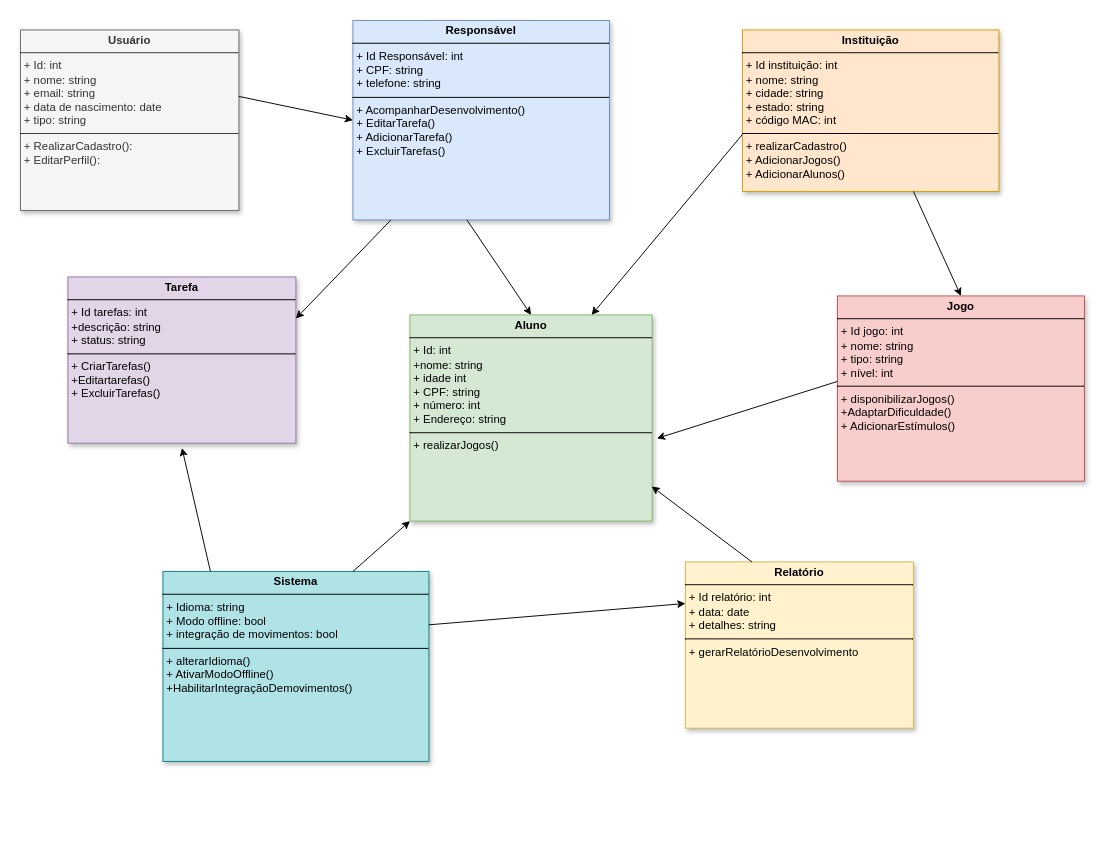
Before: page "diagrama de classes" (3 of 3) of Diagramaaula.drawio in AnaBeatriz191/diagramasderequisitos, a draw.io diagram. Source tidied: cells renumbered, new cells numbered last; positions are measured from the earlier drawing's top-left corner, leaving out a move shared by most shapes. Both pictures are drawn from the tidied source at 95%, with x=0, y=0 at pixel (20, 20).
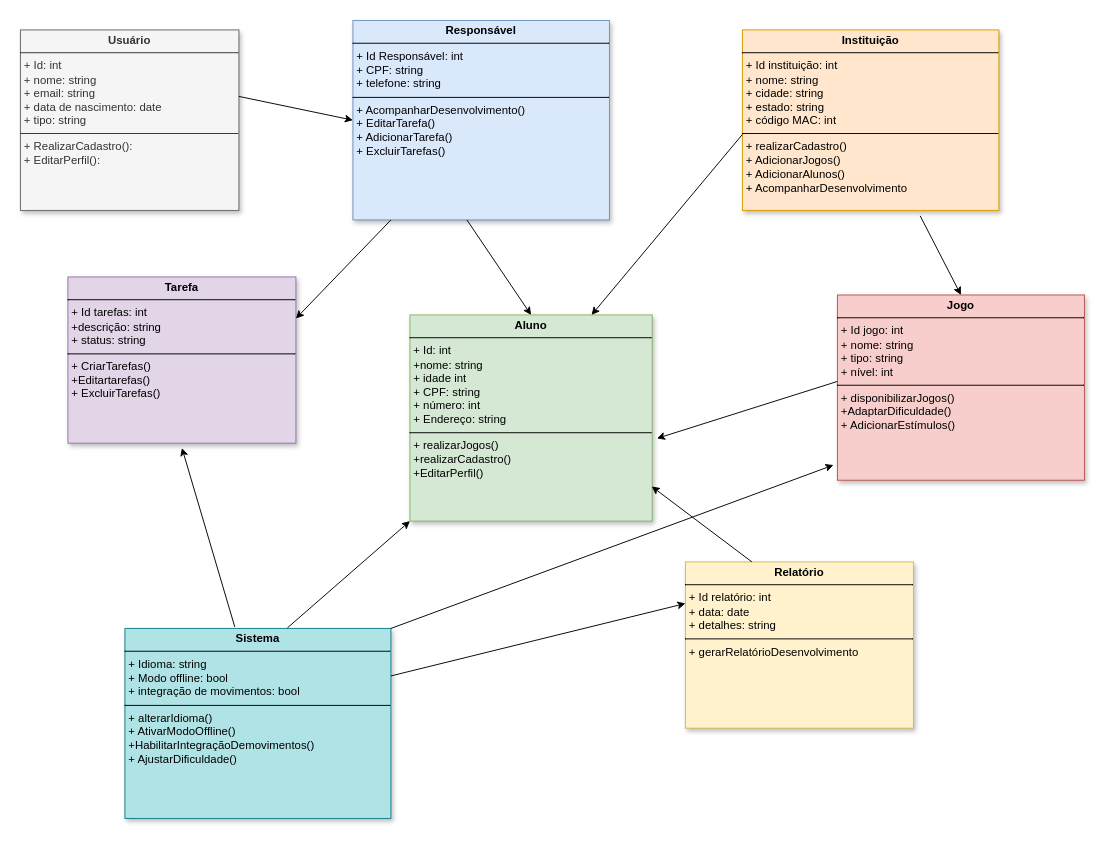
After the change.

The change refers to these unchanged cells:
```xml
<mxCell id="2" value="&lt;p style=&quot;margin:0px;margin-top:4px;text-align:center;&quot;&gt;&lt;b&gt;Relatório&lt;/b&gt;&lt;/p&gt;&lt;hr size=&quot;1&quot; style=&quot;border-style:solid;&quot;&gt;&lt;p style=&quot;margin:0px;margin-left:4px;&quot;&gt;+ Id relatório: int&lt;br&gt;+ data: date&lt;br&gt;+ detalhes: string&lt;/p&gt;&lt;hr size=&quot;1&quot; style=&quot;border-style:solid;&quot;&gt;&lt;p style=&quot;margin:0px;margin-left:4px;&quot;&gt;+ gerarRelatórioDesenvolvimento&lt;/p&gt;" style="verticalAlign=top;align=left;overflow=fill;html=1;whiteSpace=wrap;shadow=1;fillColor=#fff2cc;strokeColor=#d6b656;" parent="1" vertex="1">
  <mxGeometry x="700" y="570" width="240" height="175" as="geometry" />
</mxCell>
```

What changed in the source:
```diff
@@
     <mxCell id="3" value="&lt;p style=&quot;margin:0px;margin-top:4px;text-align:center;&quot;&gt;&lt;b&gt;Jogo&lt;/b&gt;&lt;/p&gt;&lt;hr size=&quot;1&quot; style=&quot;border-style:solid;&quot;&gt;&lt;p style=&quot;margin:0px;margin-left:4px;&quot;&gt;+ Id jogo: int&lt;br&gt;+ nome: string&lt;/p&gt;&lt;p style=&quot;margin:0px;margin-left:4px;&quot;&gt;+ tipo: string&lt;/p&gt;&lt;p style=&quot;margin:0px;margin-left:4px;&quot;&gt;+ nível: int&lt;/p&gt;&lt;hr size=&quot;1&quot; style=&quot;border-style:solid;&quot;&gt;&lt;p style=&quot;margin:0px;margin-left:4px;&quot;&gt;+ disponibilizarJogos()&lt;br&gt;+AdaptarDificuldade()&lt;br&gt;+ AdicionarEstímulos()&lt;/p&gt;" style="verticalAlign=top;align=left;overflow=fill;html=1;whiteSpace=wrap;shadow=1;fillColor=#f8cecc;strokeColor=#b85450;" parent="1" vertex="1">
-      <mxGeometry x="860" y="290" width="260" height="195" as="geometry" />
+      <mxGeometry x="860" y="289" width="260" height="195" as="geometry" />
     </mxCell>
-    <mxCell id="4" value="&lt;p style=&quot;margin:0px;margin-top:4px;text-align:center;&quot;&gt;&lt;b&gt;Instituição&lt;/b&gt;&lt;/p&gt;&lt;hr size=&quot;1&quot; style=&quot;border-style:solid;&quot;&gt;&lt;p style=&quot;margin:0px;margin-left:4px;&quot;&gt;+ Id instituição: int&lt;br&gt;+ nome: string&lt;br&gt;+ cidade: string&lt;br&gt;+ estado: string&lt;br&gt;+ código MAC: int&lt;/p&gt;&lt;hr size=&quot;1&quot; style=&quot;border-style:solid;&quot;&gt;&lt;p style=&quot;margin:0px;margin-left:4px;&quot;&gt;+ realizarCadastro()&lt;br&gt;+ AdicionarJogos()&lt;br&gt;+ AdicionarAlunos()&lt;/p&gt;" style="verticalAlign=top;align=left;overflow=fill;html=1;whiteSpace=wrap;shadow=1;fillColor=#ffe6cc;strokeColor=#d79b00;" parent="1" vertex="1">
-      <mxGeometry x="760" y="10" width="270" height="170" as="geometry" />
+    <mxCell id="4" value="&lt;p style=&quot;margin:0px;margin-top:4px;text-align:center;&quot;&gt;&lt;b&gt;Instituição&lt;/b&gt;&lt;/p&gt;&lt;hr size=&quot;1&quot; style=&quot;border-style:solid;&quot;&gt;&lt;p style=&quot;margin:0px;margin-left:4px;&quot;&gt;+ Id instituição: int&lt;br&gt;+ nome: string&lt;br&gt;+ cidade: string&lt;br&gt;+ estado: string&lt;br&gt;+ código MAC: int&lt;/p&gt;&lt;hr size=&quot;1&quot; style=&quot;border-style:solid;&quot;&gt;&lt;p style=&quot;margin:0px;margin-left:4px;&quot;&gt;+ realizarCadastro()&lt;br&gt;+ AdicionarJogos()&lt;br&gt;+ AdicionarAlunos()&lt;br&gt;+ AcompanharDesenvolvimento&lt;/p&gt;" style="verticalAlign=top;align=left;overflow=fill;html=1;whiteSpace=wrap;shadow=1;fillColor=#ffe6cc;strokeColor=#d79b00;" parent="1" vertex="1">
+      <mxGeometry x="760" y="10" width="270" height="190" as="geometry" />
     </mxCell>
@@
-    <mxCell id="8" value="&lt;p style=&quot;margin:0px;margin-top:4px;text-align:center;&quot;&gt;&lt;b&gt;Aluno&lt;/b&gt;&lt;/p&gt;&lt;hr size=&quot;1&quot; style=&quot;border-style:solid;&quot;&gt;&lt;p style=&quot;margin:0px;margin-left:4px;&quot;&gt;+ Id: int&lt;br&gt;+nome: string&lt;br&gt;+ idade int&lt;br&gt;+ CPF: string&lt;br&gt;+ número: int&lt;br&gt;+ Endereço: string&lt;/p&gt;&lt;hr size=&quot;1&quot; style=&quot;border-style:solid;&quot;&gt;&lt;p style=&quot;margin:0px;margin-left:4px;&quot;&gt;+ realizarJogos()&lt;/p&gt;" style="verticalAlign=top;align=left;overflow=fill;html=1;whiteSpace=wrap;shadow=1;fillColor=#d5e8d4;strokeColor=#82b366;" parent="1" vertex="1">
+    <mxCell id="8" value="&lt;p style=&quot;margin:0px;margin-top:4px;text-align:center;&quot;&gt;&lt;b&gt;Aluno&lt;/b&gt;&lt;/p&gt;&lt;hr size=&quot;1&quot; style=&quot;border-style:solid;&quot;&gt;&lt;p style=&quot;margin:0px;margin-left:4px;&quot;&gt;+ Id: int&lt;br&gt;+nome: string&lt;br&gt;+ idade int&lt;br&gt;+ CPF: string&lt;br&gt;+ número: int&lt;br&gt;+ Endereço: string&lt;/p&gt;&lt;hr size=&quot;1&quot; style=&quot;border-style:solid;&quot;&gt;&lt;p style=&quot;margin:0px;margin-left:4px;&quot;&gt;+ realizarJogos()&lt;br&gt;+realizarCadastro()&lt;br&gt;+EditarPerfil()&lt;/p&gt;" style="verticalAlign=top;align=left;overflow=fill;html=1;whiteSpace=wrap;shadow=1;fillColor=#d5e8d4;strokeColor=#82b366;" parent="1" vertex="1">
       <mxGeometry x="410" y="310" width="255" height="217" as="geometry" />
     </mxCell>
-    <mxCell id="9" value="&lt;p style=&quot;margin:0px;margin-top:4px;text-align:center;&quot;&gt;&lt;b&gt;Sistema&lt;/b&gt;&lt;/p&gt;&lt;hr size=&quot;1&quot; style=&quot;border-style:solid;&quot;&gt;&lt;p style=&quot;margin:0px;margin-left:4px;&quot;&gt;+ Idioma: string&lt;br&gt;+ Modo offline: bool&lt;br&gt;+ integração de movimentos: bool&lt;/p&gt;&lt;hr size=&quot;1&quot; style=&quot;border-style:solid;&quot;&gt;&lt;p style=&quot;margin:0px;margin-left:4px;&quot;&gt;+ alterarIdioma()&lt;br&gt;+ AtivarModoOffline()&lt;br&gt;+HabilitarIntegraçãoDemovimentos()&lt;/p&gt;" style="verticalAlign=top;align=left;overflow=fill;html=1;whiteSpace=wrap;shadow=1;fillColor=#b0e3e6;strokeColor=#0e8088;" parent="1" vertex="1">
-      <mxGeometry x="150" y="580" width="280" height="200" as="geometry" />
+    <mxCell id="9" value="&lt;p style=&quot;margin:0px;margin-top:4px;text-align:center;&quot;&gt;&lt;b&gt;Sistema&lt;/b&gt;&lt;/p&gt;&lt;hr size=&quot;1&quot; style=&quot;border-style:solid;&quot;&gt;&lt;p style=&quot;margin:0px;margin-left:4px;&quot;&gt;+ Idioma: string&lt;br&gt;+ Modo offline: bool&lt;br&gt;+ integração de movimentos: bool&lt;/p&gt;&lt;hr size=&quot;1&quot; style=&quot;border-style:solid;&quot;&gt;&lt;p style=&quot;margin:0px;margin-left:4px;&quot;&gt;+ alterarIdioma()&lt;br&gt;+ AtivarModoOffline()&lt;br&gt;+HabilitarIntegraçãoDemovimentos()&lt;br&gt;+ AjustarDificuldade()&lt;/p&gt;" style="verticalAlign=top;align=left;overflow=fill;html=1;whiteSpace=wrap;shadow=1;fillColor=#b0e3e6;strokeColor=#0e8088;" parent="1" vertex="1">
+      <mxGeometry x="110" y="640" width="280" height="200" as="geometry" />
     </mxCell>
@@
-    <mxCell id="13" style="endArrow=classic;html=1;rounded=0;entryX=0.5;entryY=0;entryDx=0;entryDy=0;" parent="1" edge="1" target="3">
-      <mxGeometry relative="1" as="geometry">
-        <mxPoint x="940" y="180" as="sourcePoint" />
-      </mxGeometry>
+    <mxCell id="13" style="endArrow=classic;html=1;rounded=0;entryX=0.5;entryY=0;entryDx=0;entryDy=0;exitX=0.693;exitY=1.03;exitDx=0;exitDy=0;exitPerimeter=0;" parent="1" edge="1" source="4" target="3">
+      <mxGeometry relative="1" as="geometry" />
     </mxCell>
@@
-    <mxCell id="17" style="endArrow=classic;html=1;rounded=0;entryX=0;entryY=0.25;entryDx=0;entryDy=0;" parent="1" edge="1" target="2">
-      <mxGeometry relative="1" as="geometry">
-        <mxPoint x="430" y="636.2" as="sourcePoint" />
-      </mxGeometry>
+    <mxCell id="17" style="endArrow=classic;html=1;rounded=0;entryX=0;entryY=0.25;entryDx=0;entryDy=0;exitX=1;exitY=0.25;exitDx=0;exitDy=0;" parent="1" edge="1" source="9" target="2">
+      <mxGeometry relative="1" as="geometry" />
     </mxCell>
-    <mxCell id="18" style="endArrow=classic;html=1;rounded=0;" parent="1" edge="1">
+    <mxCell id="18" style="endArrow=classic;html=1;rounded=0;exitX=0.413;exitY=-0.008;exitDx=0;exitDy=0;exitPerimeter=0;" parent="1" edge="1" source="9">
       <mxGeometry relative="1" as="geometry">
-        <mxPoint x="200" y="580" as="sourcePoint" />
         <mxPoint x="170" y="450" as="targetPoint" />
       </mxGeometry>
     </mxCell>
-    <mxCell id="19" style="endArrow=classic;html=1;rounded=0;entryX=0;entryY=1;entryDx=0;entryDy=0;" parent="1" edge="1" target="8">
-      <mxGeometry relative="1" as="geometry">
-        <mxPoint x="350" y="580" as="sourcePoint" />
-      </mxGeometry>
+    <mxCell id="19" style="endArrow=classic;html=1;rounded=0;entryX=0;entryY=1;entryDx=0;entryDy=0;exitX=0.611;exitY=-0.003;exitDx=0;exitDy=0;exitPerimeter=0;" parent="1" edge="1" source="9" target="8">
+      <mxGeometry relative="1" as="geometry" />
     </mxCell>
+    <mxCell id="20" style="endArrow=classic;html=1;rounded=0;entryX=-0.016;entryY=0.918;entryDx=0;entryDy=0;entryPerimeter=0;" parent="1" edge="1" target="3">
+      <mxGeometry relative="1" as="geometry">
+        <mxPoint x="390" y="640" as="sourcePoint" />
+      </mxGeometry>
+    </mxCell>
```
